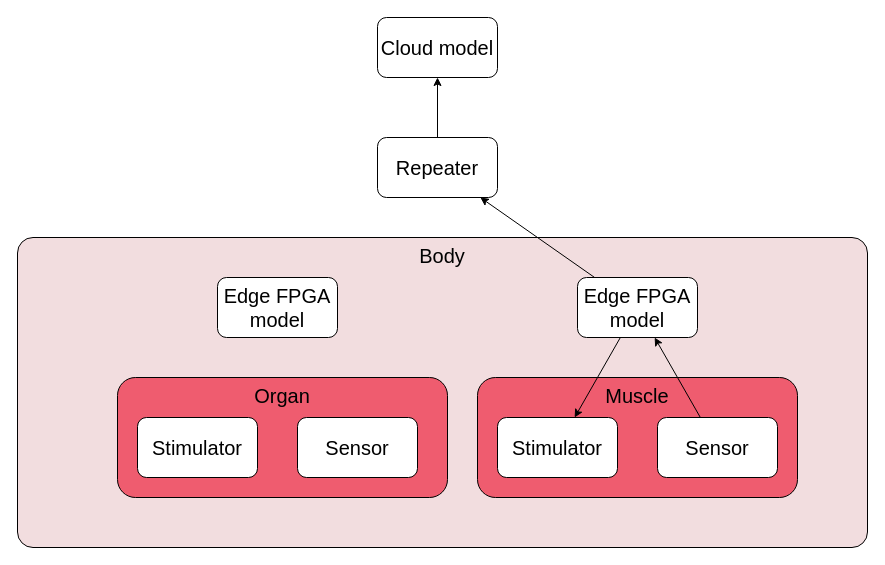
Earlier version of the draw.io diagram page "HLD" (1 of 3) of iIOT/iIOT_HLD.drawio (max-talanov/1). Source tidied: cells renumbered, new cells numbered last; positions are measured from the earlier drawing's top-left corner, leaving out a move shared by most shapes. Both pictures are drawn from the tidied source at 100%, with x=0, y=0 at pixel (17, 17).
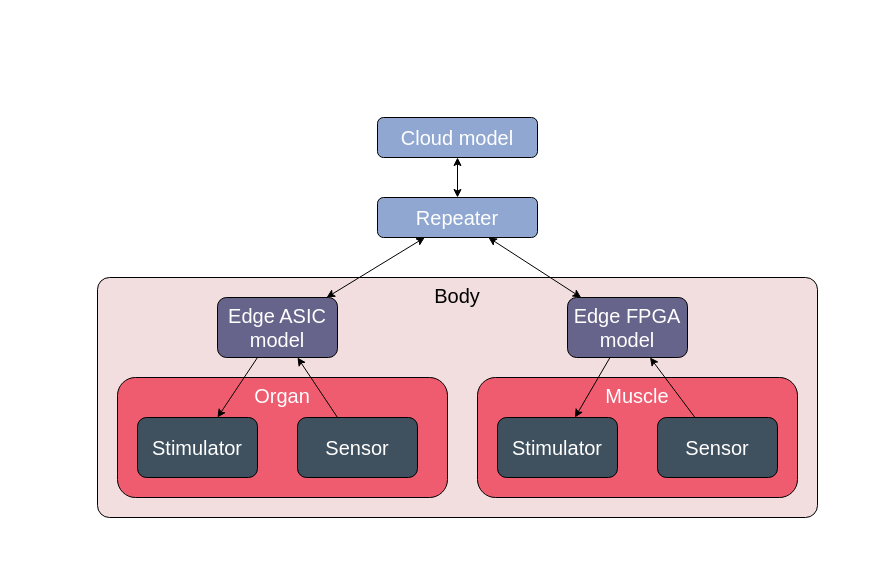
Above is the later version.

Commit message:
added the HLD dia

The edit, as a diff of the source:
```diff
@@
     <mxCell id="2" value="Body" style="rounded=1;whiteSpace=wrap;html=1;fontSize=20;arcSize=5;verticalAlign=top;fillColor=#F2DDDF;strokeColor=default;" parent="1" vertex="1">
-      <mxGeometry y="220" width="850" height="310" as="geometry" />
+      <mxGeometry x="80" y="260" width="720" height="240" as="geometry" />
     </mxCell>
-    <mxCell id="3" value="Organ" style="rounded=1;whiteSpace=wrap;html=1;strokeColor=default;fontSize=20;fillColor=#EF5C6F;verticalAlign=top;" parent="1" vertex="1">
+    <mxCell id="3" value="Organ" style="rounded=1;whiteSpace=wrap;html=1;strokeColor=default;fontSize=20;fillColor=#EF5C6F;verticalAlign=top;fontColor=#FFFFFF;" parent="1" vertex="1">
       <mxGeometry x="100" y="360" width="330" height="120" as="geometry" />
     </mxCell>
-    <mxCell id="4" value="Muscle" style="rounded=1;whiteSpace=wrap;html=1;strokeColor=default;fontSize=20;fillColor=#EF5C6F;verticalAlign=top;" parent="1" vertex="1">
+    <mxCell id="4" value="Muscle" style="rounded=1;whiteSpace=wrap;html=1;strokeColor=default;fontSize=20;fillColor=#EF5C6F;verticalAlign=top;fontColor=#FFFFFF;" parent="1" vertex="1">
       <mxGeometry x="460" y="360" width="320" height="120" as="geometry" />
     </mxCell>
@@
-    <mxCell id="7" style="edgeStyle=none;rounded=0;jettySize=auto;html=1;fontSize=20;startArrow=none;startFill=0;" parent="1" edge="1" source="11" target="15">
+    <mxCell id="7" style="edgeStyle=none;rounded=0;jettySize=auto;html=1;fontSize=20;startArrow=classic;startFill=1;" parent="1" edge="1" source="11" target="15">
       <mxGeometry relative="1" as="geometry" />
     </mxCell>
-    <mxCell id="8" style="edgeStyle=none;rounded=0;jettySize=auto;html=1;fontSize=20;startArrow=none;startFill=0;" parent="1" edge="1" source="15" target="14">
+    <mxCell id="8" style="edgeStyle=none;rounded=0;jettySize=auto;html=1;fontSize=20;startArrow=classic;startFill=1;" parent="1" edge="1" source="15" target="14">
       <mxGeometry relative="1" as="geometry" />
     </mxCell>
+    <mxCell id="18" style="edgeStyle=none;rounded=0;jettySize=auto;html=1;fontSize=20;startArrow=classic;startFill=1;" parent="1" edge="1" source="15" target="10">
+      <mxGeometry relative="1" as="geometry" />
+    </mxCell>
+    <mxCell id="19" style="edgeStyle=none;rounded=0;jettySize=auto;html=1;fontSize=20;startArrow=none;startFill=0;" parent="1" edge="1" source="13" target="10">
+      <mxGeometry relative="1" as="geometry" />
+    </mxCell>
+    <mxCell id="20" style="edgeStyle=none;rounded=0;jettySize=auto;html=1;fontSize=20;startArrow=none;startFill=0;" parent="1" edge="1" source="10" target="12">
+      <mxGeometry relative="1" as="geometry" />
+    </mxCell>
@@
-    <mxCell id="10" value="Edge FPGA model" style="rounded=1;whiteSpace=wrap;html=1;fontSize=20;" parent="9" vertex="1">
-      <mxGeometry x="200" y="260" width="120" height="60" as="geometry" />
+    <mxCell id="10" value="Edge ASIC model" style="rounded=1;whiteSpace=wrap;html=1;fontSize=20;fillColor=#66648B;fontColor=#FFFFFF;" parent="9" vertex="1">
+      <mxGeometry x="200" y="280" width="120" height="60" as="geometry" />
     </mxCell>
-    <mxCell id="11" value="Edge FPGA model" style="rounded=1;whiteSpace=wrap;html=1;fontSize=20;" parent="9" vertex="1">
-      <mxGeometry x="560" y="260" width="120" height="60" as="geometry" />
+    <mxCell id="11" value="Edge FPGA model" style="rounded=1;whiteSpace=wrap;html=1;fontSize=20;fillColor=#66648B;fontColor=#FFFFFF;" parent="9" vertex="1">
+      <mxGeometry x="550" y="280" width="120" height="60" as="geometry" />
     </mxCell>
-    <mxCell id="12" value="Stimulator" style="rounded=1;whiteSpace=wrap;html=1;fontSize=20;" parent="9" vertex="1">
+    <mxCell id="12" value="Stimulator" style="rounded=1;whiteSpace=wrap;html=1;fontSize=20;fillColor=#3F505E;fontColor=#FFFFFF;" parent="9" vertex="1">
       <mxGeometry x="120" y="400" width="120" height="60" as="geometry" />
     </mxCell>
-    <mxCell id="13" value="Sensor" style="rounded=1;whiteSpace=wrap;html=1;fontSize=20;" parent="9" vertex="1">
+    <mxCell id="13" value="Sensor" style="rounded=1;whiteSpace=wrap;html=1;fontSize=20;fillColor=#3F505E;fontColor=#FFFFFF;" parent="9" vertex="1">
       <mxGeometry x="280" y="400" width="120" height="60" as="geometry" />
     </mxCell>
-    <mxCell id="14" value="Cloud model" style="rounded=1;whiteSpace=wrap;html=1;fontSize=20;" parent="9" vertex="1">
-      <mxGeometry x="360" width="120" height="60" as="geometry" />
+    <mxCell id="14" value="Cloud model" style="rounded=1;whiteSpace=wrap;html=1;fontSize=20;fillColor=#90A7D1;fontColor=#FFFFFF;" parent="9" vertex="1">
+      <mxGeometry x="360" y="100" width="160" height="40" as="geometry" />
     </mxCell>
-    <mxCell id="15" value="Repeater" style="rounded=1;whiteSpace=wrap;html=1;fontSize=20;" parent="9" vertex="1">
-      <mxGeometry x="360" y="120" width="120" height="60" as="geometry" />
+    <mxCell id="15" value="Repeater" style="rounded=1;whiteSpace=wrap;html=1;fontSize=20;fillColor=#90A7D1;fontColor=#FFFFFF;" parent="9" vertex="1">
+      <mxGeometry x="360" y="180" width="160" height="40" as="geometry" />
     </mxCell>
-    <mxCell id="16" value="Stimulator" style="rounded=1;whiteSpace=wrap;html=1;fontSize=20;" parent="9" vertex="1">
+    <mxCell id="16" value="Stimulator" style="rounded=1;whiteSpace=wrap;html=1;fontSize=20;fillColor=#3F505E;fontColor=#FFFFFF;" parent="9" vertex="1">
       <mxGeometry x="480" y="400" width="120" height="60" as="geometry" />
     </mxCell>
-    <mxCell id="17" value="Sensor" style="rounded=1;whiteSpace=wrap;html=1;fontSize=20;" parent="9" vertex="1">
+    <mxCell id="17" value="Sensor" style="rounded=1;whiteSpace=wrap;html=1;fontSize=20;fillColor=#3F505E;fontColor=#FFFFFF;" parent="9" vertex="1">
       <mxGeometry x="640" y="400" width="120" height="60" as="geometry" />
     </mxCell>
```
